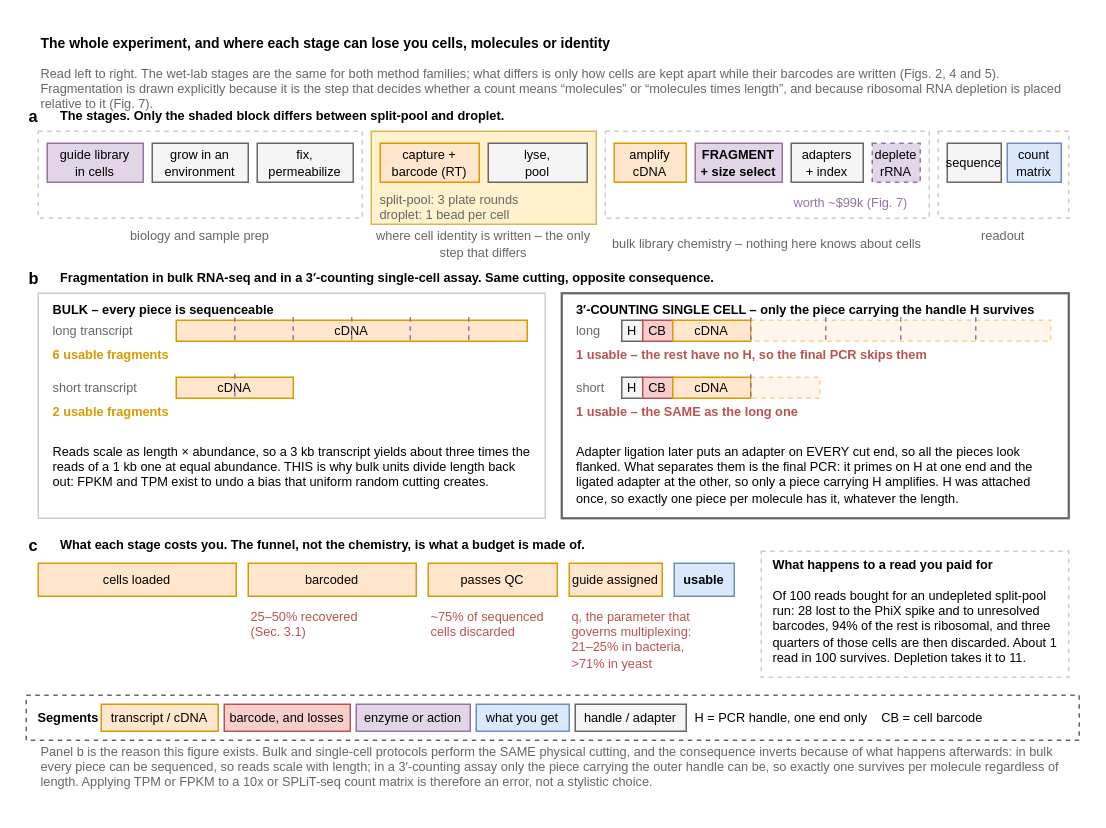
Above: notes/assets/drawio/perturb-seq-workflow.drawio in Mjvolk3/torchcell (draw.io), before the change. Source tidied: cells renumbered, new cells numbered last; positions are measured from the earlier drawing's top-left corner, leaving out a move shared by most shapes. Both pictures are drawn from the tidied source at 150%, with x=0, y=0 at pixel (26, 26).
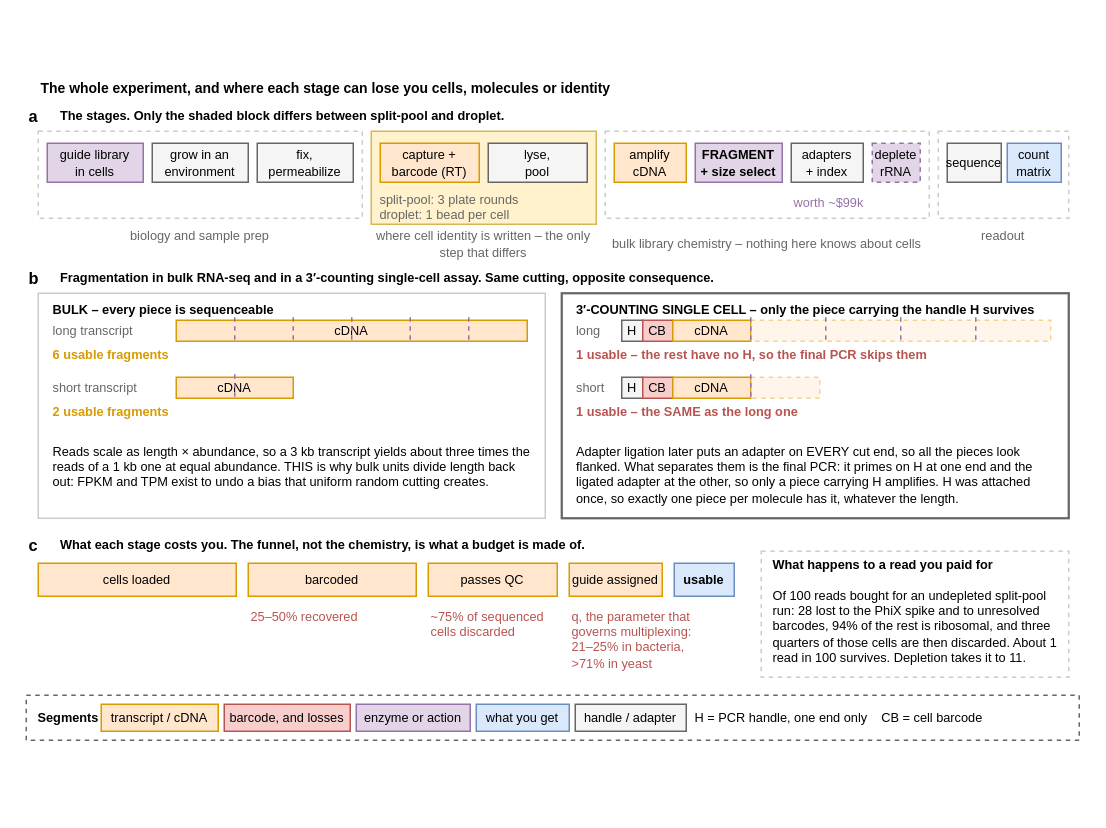
The same page after the edit.

Commit message (it also covers changes not shown here):
Workflow figure: prose out of the canvas and into the captions

Change to the diagram source:
```diff
@@
     <mxCell id="2" value="The whole experiment, and where each stage can lose you cells, molecules or identity" style="text;html=1;whiteSpace=wrap;align=left;verticalAlign=top;fontFamily=Arial;fontSize=9.3;fontStyle=1;" parent="1" vertex="1">
-      <mxGeometry x="8" width="687" height="18" as="geometry" />
+      <mxGeometry x="8" y="30" width="687" height="18" as="geometry" />
     </mxCell>
-    <mxCell id="3" value="Read left to right. The wet-lab stages are the same for both method families; what differs is only how cells are kept apart while their barcodes are written (Figs. 2, 4 and 5). Fragmentation is drawn explicitly because it is the step that decides whether a count means “molecules” or “molecules times length”, and because ribosomal RNA depletion is placed relative to it (Fig. 7)." style="text;html=1;whiteSpace=wrap;align=left;verticalAlign=top;fontFamily=Arial;fontSize=8.5;fontColor=#666666;" parent="1" vertex="1">
-      <mxGeometry x="8" y="20" width="687" height="30" as="geometry" />
-    </mxCell>
@@
-    <mxCell id="25" value="worth ~$99k (Fig. 7)" style="text;html=1;whiteSpace=wrap;align=left;verticalAlign=top;fontFamily=Arial;fontSize=8.5;fontColor=#9673A6;" parent="1" vertex="1">
+    <mxCell id="25" value="worth ~$99k" style="text;html=1;whiteSpace=wrap;align=left;verticalAlign=top;fontFamily=Arial;fontSize=8.5;fontColor=#9673A6;" parent="1" vertex="1">
       <mxGeometry x="510" y="106" width="92" height="20" as="geometry" />
     </mxCell>
@@
-    <mxCell id="71" value="25–50% recovered&#10;(Sec. 3.1)" style="text;html=1;whiteSpace=wrap;align=left;verticalAlign=top;fontFamily=Arial;fontSize=8.5;fontColor=#B85450;" parent="1" vertex="1">
+    <mxCell id="71" value="25–50% recovered" style="text;html=1;whiteSpace=wrap;align=left;verticalAlign=top;fontFamily=Arial;fontSize=8.5;fontColor=#B85450;" parent="1" vertex="1">
       <mxGeometry x="148" y="382" width="112" height="22" as="geometry" />
     </mxCell>
@@
-    <mxCell id="85" value="Panel b is the reason this figure exists. Bulk and single-cell protocols perform the SAME physical cutting, and the consequence inverts because of what happens afterwards: in bulk every piece can be sequenced, so reads scale with length; in a 3′-counting assay only the piece carrying the outer handle can be, so exactly one survives per molecule regardless of length. Applying TPM or FPKM to a 10x or SPLiT-seq count matrix is therefore an error, not a stylistic choice." style="text;html=1;whiteSpace=wrap;align=left;verticalAlign=top;fontFamily=Arial;fontSize=8.5;fontColor=#666666;" parent="1" vertex="1">
-      <mxGeometry x="8" y="472" width="687" height="46" as="geometry" />
-    </mxCell>
```
